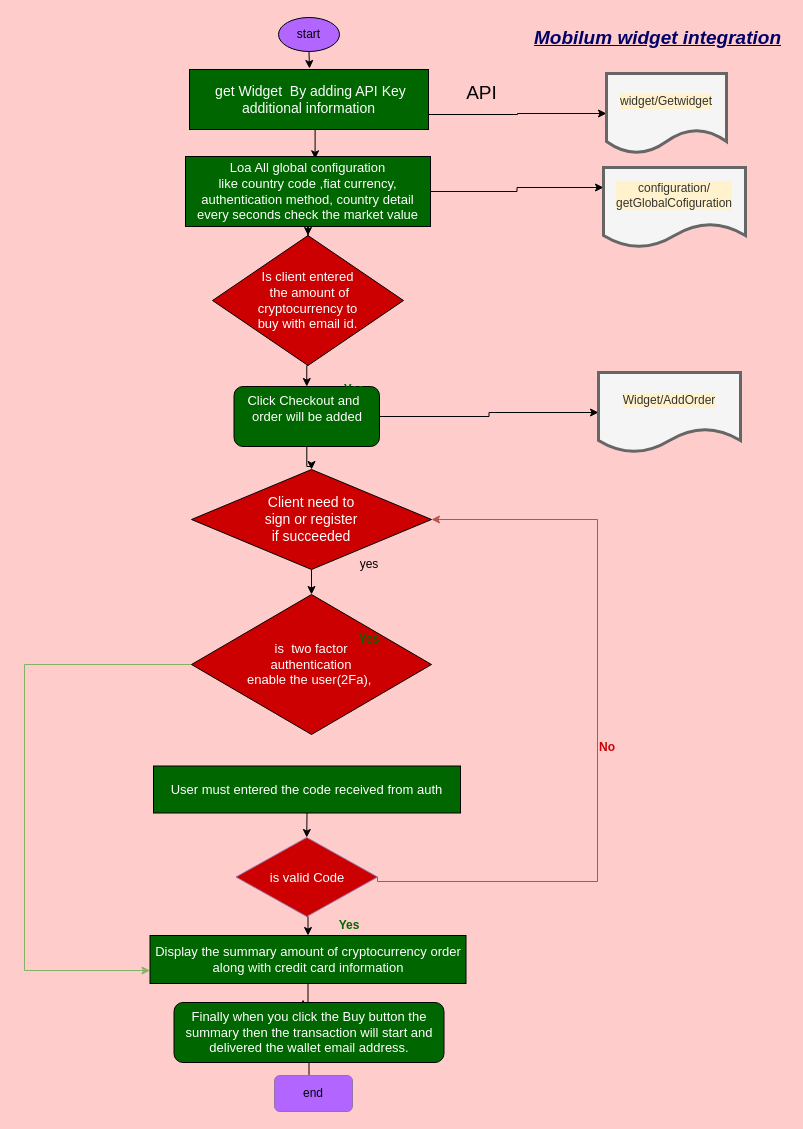
The draw.io diagram page "Mobilum widget integration" (2 of 2) of Untitled Diagram.drawio in addisalemtafere/fieldReporter, before the edit. Source tidied: cells renumbered, new cells numbered last; positions are measured from the earlier drawing's top-left corner, leaving out a move shared by most shapes. Both pictures are drawn from the tidied source at 100%, with x=0, y=0 at pixel (24, 17).
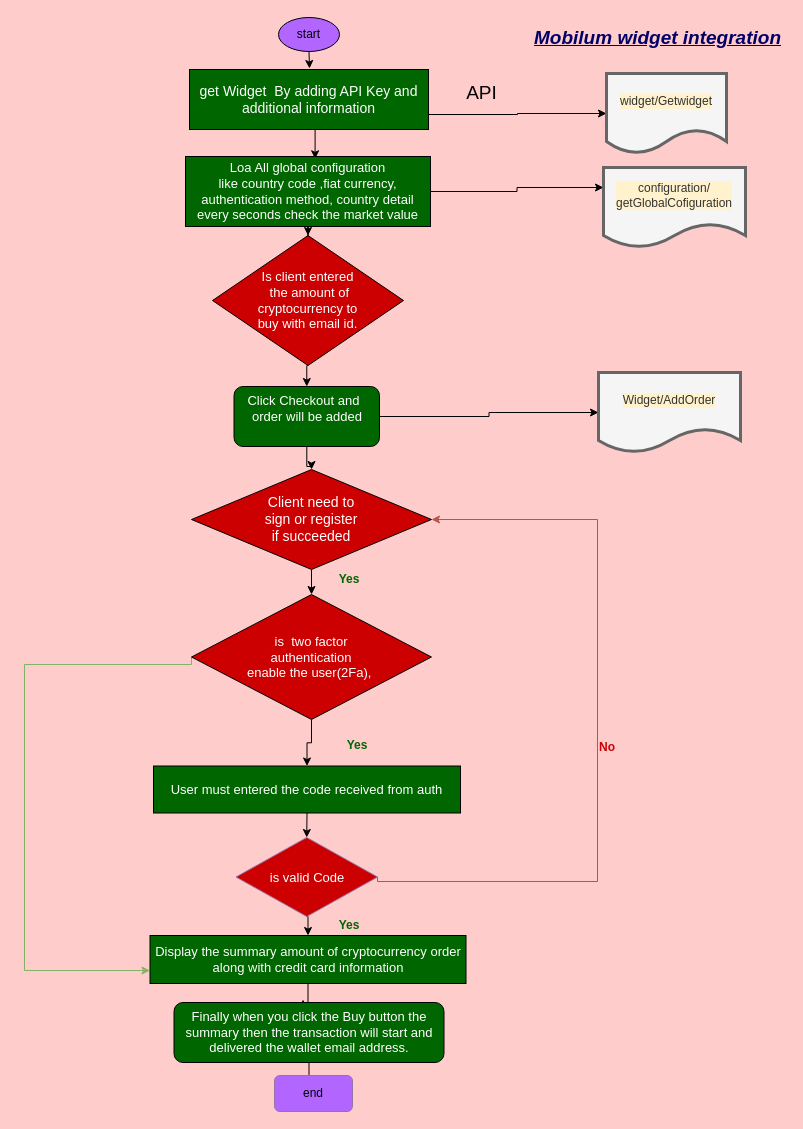
Above is the later version.

Unchanged cells that the change refers to:
```xml
<mxCell id="30" value="&lt;font color=&quot;#ffffff&quot; style=&quot;font-size: 13px&quot;&gt;&amp;nbsp;User must entered the code received from auth&amp;nbsp;&lt;/font&gt;" style="rounded=0;whiteSpace=wrap;html=1;fillColor=#006600;" parent="1" vertex="1">
  <mxGeometry x="129" y="748.5" width="307" height="47" as="geometry" />
</mxCell>
```

The edit, as a diff of the source:
```diff
@@
-    <mxCell id="4" value="&lt;font color=&quot;#ffffff&quot; style=&quot;font-size: 14px&quot;&gt;&amp;nbsp;get Widget&amp;nbsp; By adding API Key additional information&lt;/font&gt;" style="rounded=0;whiteSpace=wrap;html=1;fillColor=#006600;" parent="1" vertex="1">
+    <mxCell id="4" value="&lt;font color=&quot;#ffffff&quot; style=&quot;font-size: 14px&quot;&gt;&amp;nbsp;get Widget&amp;nbsp; By adding API Key and&amp;nbsp; additional information&lt;/font&gt;" style="rounded=0;whiteSpace=wrap;html=1;fillColor=#006600;" parent="1" vertex="1">
       <mxGeometry x="165" y="52" width="239" height="60" as="geometry" />
     </mxCell>
@@
+    <mxCell id="40" style="edgeStyle=orthogonalEdgeStyle;rounded=0;jettySize=auto;html=1;exitX=0.5;exitY=1;exitDx=0;exitDy=0;entryX=0.5;entryY=0;entryDx=0;entryDy=0;fontFamily=Helvetica;fontSize=12;fontColor=#000000;" parent="1" edge="1" source="14" target="30">
+      <mxGeometry relative="1" as="geometry" />
+    </mxCell>
     <mxCell id="14" value="&lt;font color=&quot;#ffffff&quot; style=&quot;font-size: 13px&quot;&gt;is&amp;nbsp; two factor&lt;br&gt;authentication &lt;br&gt;enable the user(2Fa),&amp;nbsp;&lt;/font&gt;" style="rhombus;whiteSpace=wrap;html=1;fillColor=#CC0000;" parent="1" vertex="1">
-      <mxGeometry x="167" y="577" width="240" height="140" as="geometry" />
+      <mxGeometry x="167" y="577" width="240" height="125" as="geometry" />
     </mxCell>
@@
     <mxCell id="19" value="&lt;font color=&quot;#006600&quot;&gt;&lt;b&gt;Yes&lt;/b&gt;&lt;/font&gt;" style="text;html=1;strokeColor=none;fillColor=none;align=center;verticalAlign=middle;whiteSpace=wrap;rounded=0;fontFamily=Helvetica;" parent="1" vertex="1">
-      <mxGeometry x="315" y="607" width="60" height="30" as="geometry" />
+      <mxGeometry x="303" y="713" width="60" height="30" as="geometry" />
     </mxCell>
@@
-    <mxCell id="21" value="&lt;font color=&quot;#006600&quot;&gt;&lt;b&gt;Yes&lt;/b&gt;&lt;/font&gt;" style="text;html=1;strokeColor=none;fillColor=none;align=center;verticalAlign=middle;whiteSpace=wrap;rounded=0;fontFamily=Helvetica;" parent="1" vertex="1">
-      <mxGeometry x="300" y="357" width="60" height="30" as="geometry" />
-    </mxCell>
-    <mxCell id="22" value="yes" style="text;html=1;strokeColor=none;fillColor=none;align=center;verticalAlign=middle;whiteSpace=wrap;rounded=0;fontFamily=Helvetica;" parent="1" vertex="1">
-      <mxGeometry x="315" y="522" width="60" height="50" as="geometry" />
-    </mxCell>
@@
+    <mxCell id="21" value="&lt;font color=&quot;#006600&quot;&gt;&lt;b&gt;Yes&lt;/b&gt;&lt;/font&gt;" style="text;html=1;strokeColor=none;fillColor=none;align=center;verticalAlign=middle;whiteSpace=wrap;rounded=0;fontFamily=Helvetica;" parent="1" vertex="1">
+      <mxGeometry x="295" y="547" width="60" height="30" as="geometry" />
+    </mxCell>
```
